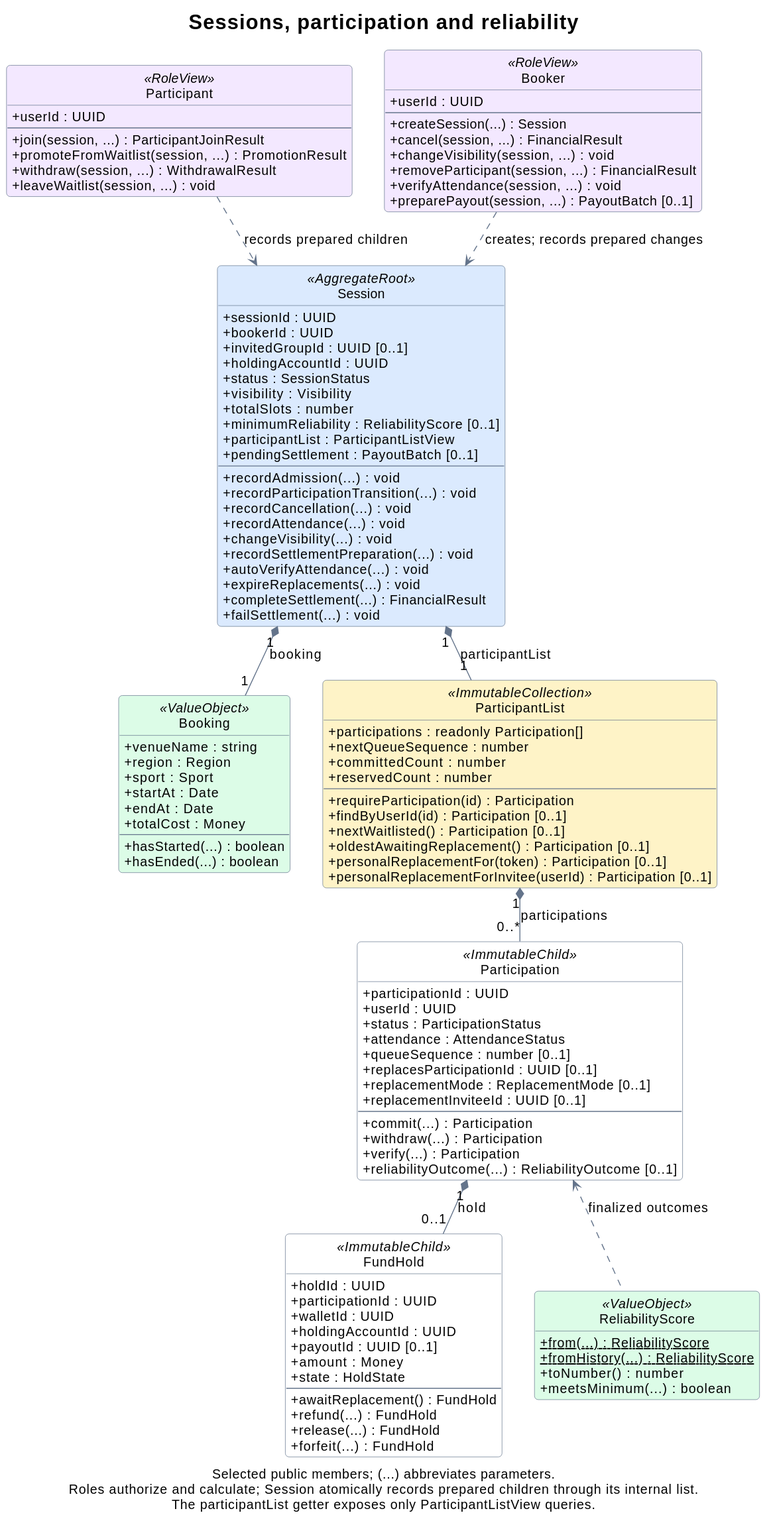
rbrishi15/booking-web-manager keeps this PlantUML diagram as docs/assets/domain-sessions.svg. Above is the earlier version.
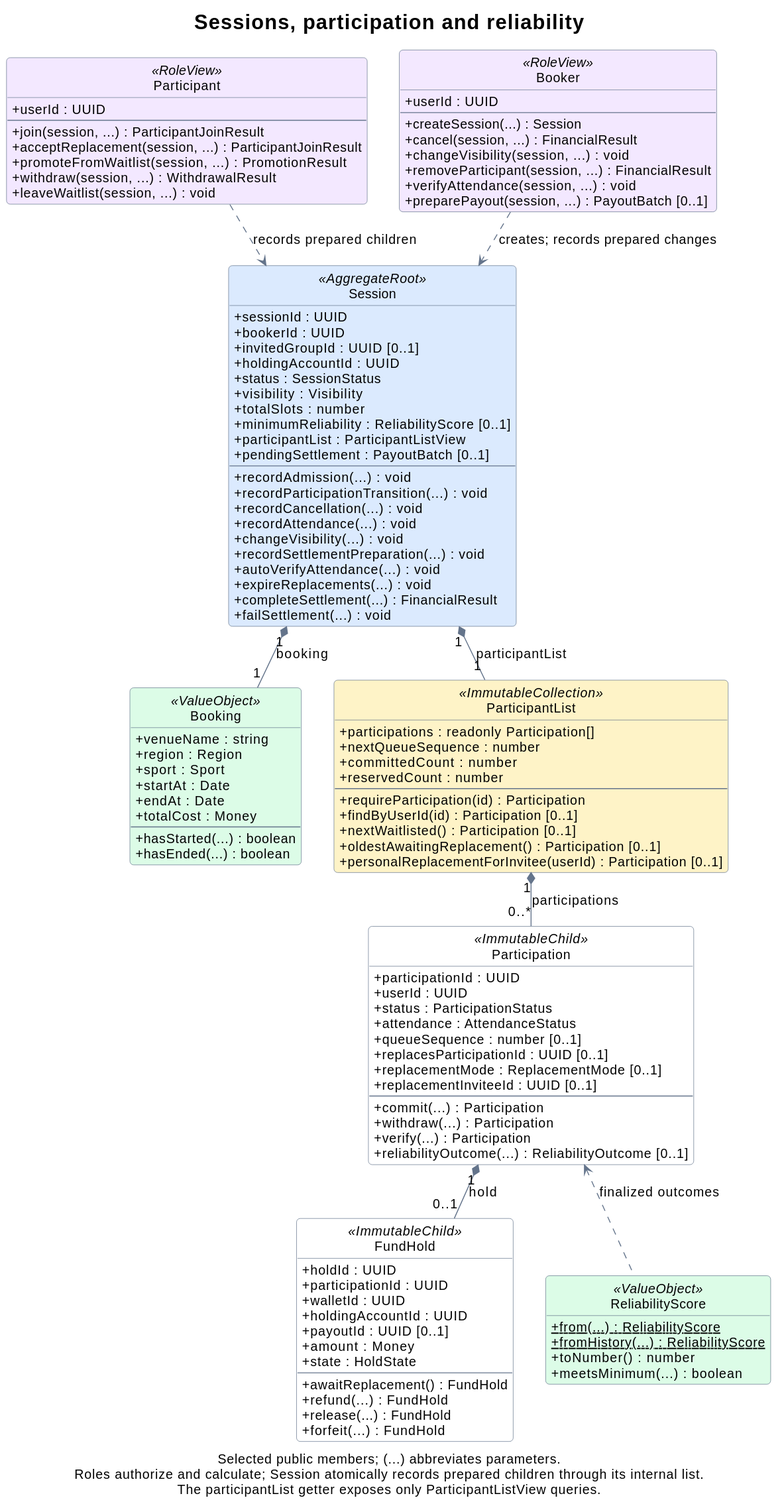
The same diagram one commit later.

The edit, as a diff of the source:
```diff
@@ -50,6 +50,7 @@
   +userId : UUID
   --
   +join(session, ...) : ParticipantJoinResult
+  +acceptReplacement(session, ...) : ParticipantJoinResult
   +promoteFromWaitlist(session, ...) : PromotionResult
   +withdraw(session, ...) : WithdrawalResult
   +leaveWaitlist(session, ...) : void
@@ -88,7 +89,6 @@
   +findByUserId(id) : Participation [0..1]
   +nextWaitlisted() : Participation [0..1]
   +oldestAwaitingReplacement() : Participation [0..1]
-  +personalReplacementFor(token) : Participation [0..1]
   +personalReplacementForInvitee(userId) : Participation [0..1]
 }
 
```
